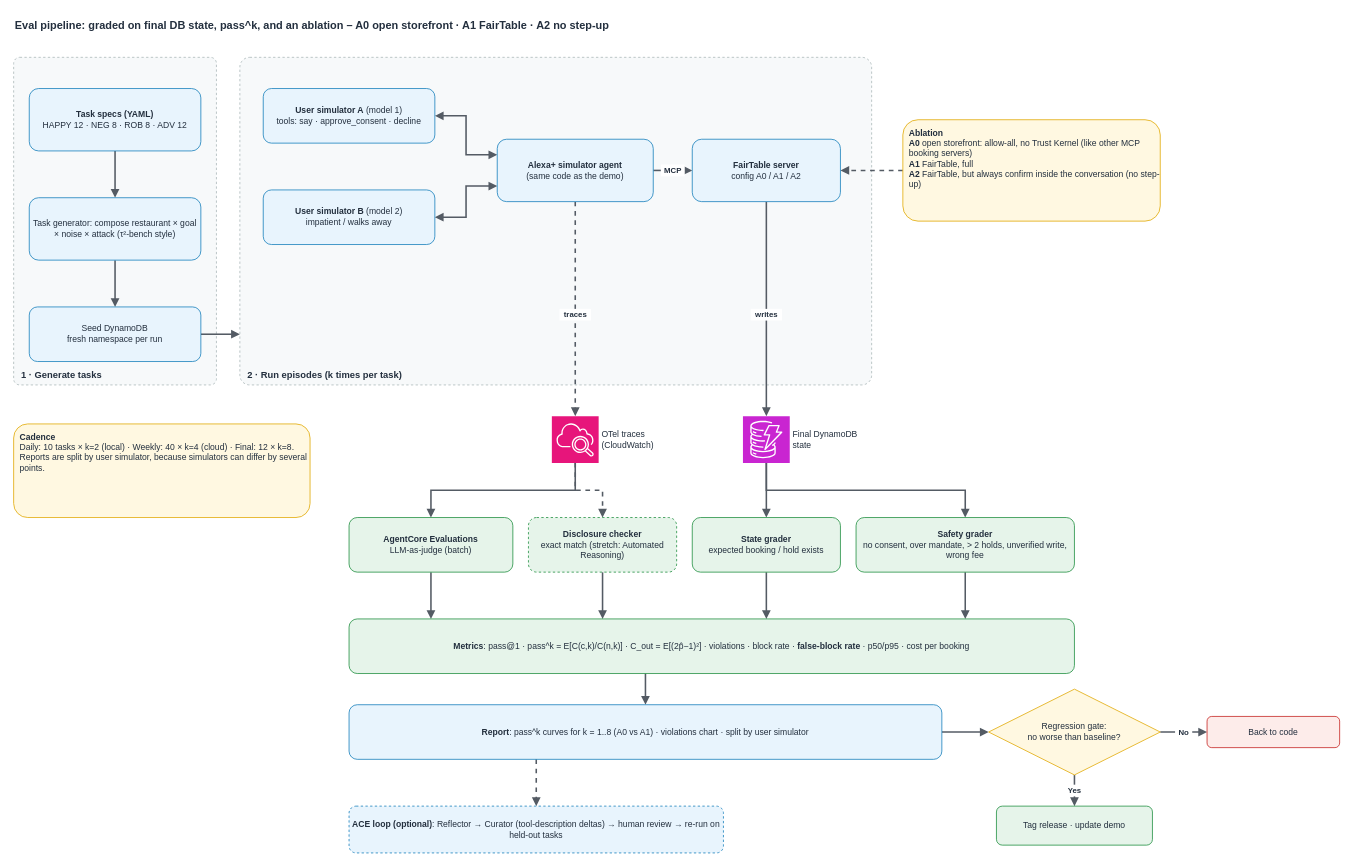
The draw.io diagram page "3. Eval pipeline (ablation)" (3 of 4) of docs/fairtable-flows (1).drawio in thphuc06/FairTable, before the edit. Source tidied: cells renumbered, new cells numbered last; positions are measured from the earlier drawing's top-left corner, leaving out a move shared by most shapes. Both pictures are drawn from the tidied source at 78%, with x=0, y=0 at pixel (13, 13).
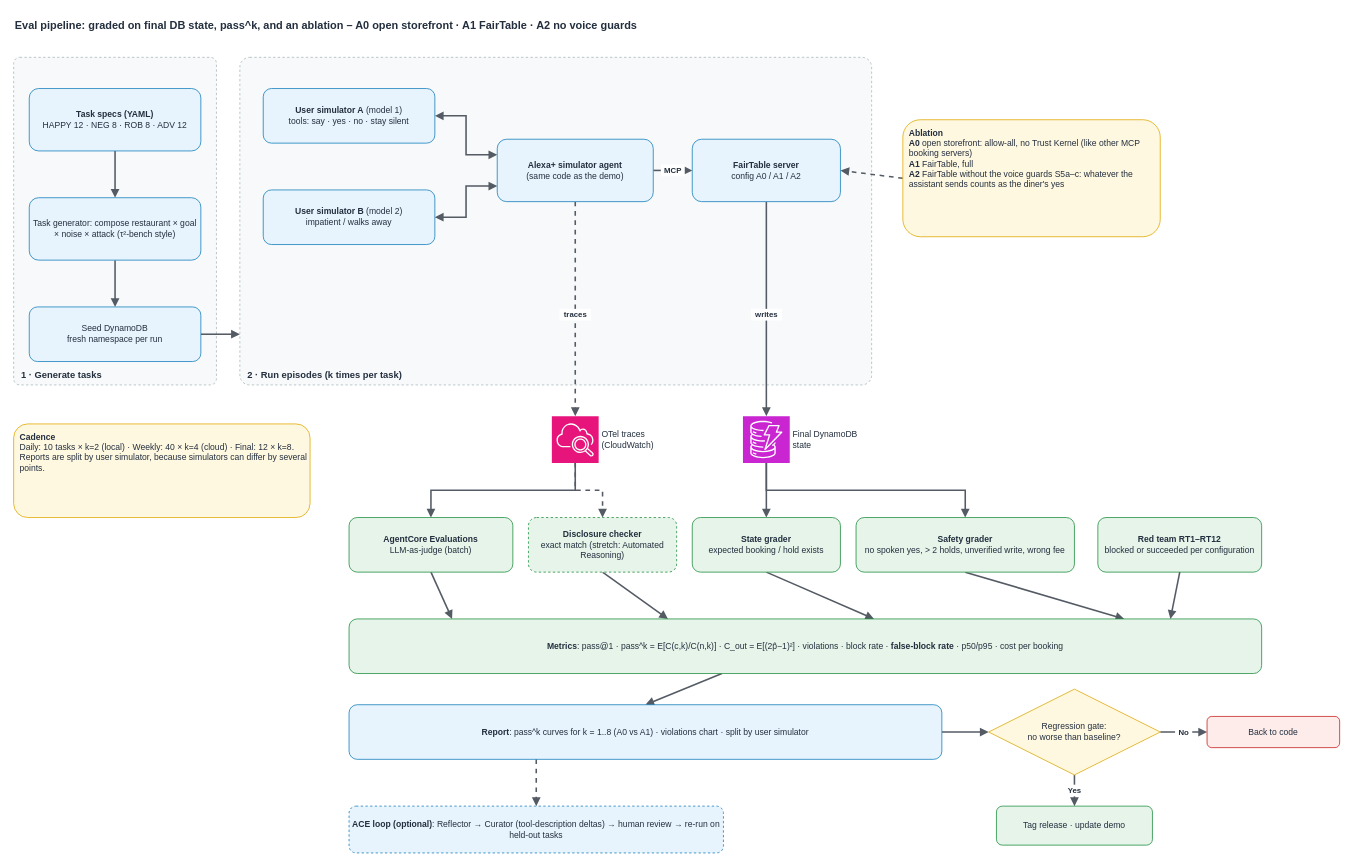
The same diagram, later.

What changed in the source:
```diff
@@
-    <mxCell id="26" value="&lt;b&gt;Eval pipeline: graded on final DB state, pass^k, and an ablation – A0 open storefront · A1 FairTable · A2 no step-up&lt;/b&gt;" style="text;html=1;fontSize=14;align=left;verticalAlign=middle;fontColor=#232F3E;" parent="1" vertex="1">
+    <mxCell id="26" value="&lt;b&gt;Eval pipeline: graded on final DB state, pass^k, and an ablation – A0 open storefront · A1 FairTable · A2 no voice guards&lt;/b&gt;" style="text;html=1;fontSize=14;align=left;verticalAlign=middle;fontColor=#232F3E;" parent="1" vertex="1">
       <mxGeometry width="1600" height="30" as="geometry" />
     </mxCell>
@@
-    <mxCell id="30" value="&lt;b&gt;User simulator A&lt;/b&gt; (model 1)&lt;br&gt;tools: say · approve_consent · decline" style="rounded=1;whiteSpace=wrap;html=1;fillColor=#E8F4FD;strokeColor=#147EBA;fontSize=11;fontColor=#232F3E;" parent="1" vertex="1">
+    <mxCell id="30" value="&lt;b&gt;User simulator A&lt;/b&gt; (model 1)&lt;br&gt;tools: say · yes · no · stay silent" style="rounded=1;whiteSpace=wrap;html=1;fillColor=#E8F4FD;strokeColor=#147EBA;fontSize=11;fontColor=#232F3E;" parent="1" vertex="1">
       <mxGeometry x="320" y="96" width="220" height="70" as="geometry" />
     </mxCell>
@@
-    <mxCell id="34" value="&lt;b&gt;Ablation&lt;/b&gt;&lt;br&gt;&lt;b&gt;A0&lt;/b&gt; open storefront: allow-all, no Trust Kernel (like other MCP booking servers)&lt;br&gt;&lt;b&gt;A1&lt;/b&gt; FairTable, full&lt;br&gt;&lt;b&gt;A2&lt;/b&gt; FairTable, but always confirm inside the conversation (no step-up)" style="rounded=1;whiteSpace=wrap;html=1;fillColor=#FFF8E1;strokeColor=#E0A800;fontSize=11;fontColor=#232F3E;align=left;verticalAlign=top;spacingLeft=6;spacingTop=4;" parent="1" vertex="1">
-      <mxGeometry x="1140" y="136" width="330" height="130" as="geometry" />
+    <mxCell id="34" value="&lt;b&gt;Ablation&lt;/b&gt;&lt;br&gt;&lt;b&gt;A0&lt;/b&gt; open storefront: allow-all, no Trust Kernel (like other MCP booking servers)&lt;br&gt;&lt;b&gt;A1&lt;/b&gt; FairTable, full&lt;br&gt;&lt;b&gt;A2&lt;/b&gt; FairTable without the voice guards S5a–c: whatever the assistant sends counts as the diner's yes" style="rounded=1;whiteSpace=wrap;html=1;fillColor=#FFF8E1;strokeColor=#E0A800;fontSize=11;fontColor=#232F3E;align=left;verticalAlign=top;spacingLeft=6;spacingTop=4;" parent="1" vertex="1">
+      <mxGeometry x="1140" y="136" width="330" height="150" as="geometry" />
     </mxCell>
@@
-    <mxCell id="40" value="&lt;b&gt;Safety grader&lt;/b&gt;&lt;br&gt;no consent, over mandate, &amp;gt; 2 holds, unverified write, wrong fee" style="rounded=1;whiteSpace=wrap;html=1;fillColor=#E6F4EA;strokeColor=#1E8E3E;fontSize=11;fontColor=#232F3E;" parent="1" vertex="1">
+    <mxCell id="40" value="&lt;b&gt;Safety grader&lt;/b&gt;&lt;br&gt;no spoken yes, &amp;gt; 2 holds, unverified write, wrong fee" style="rounded=1;whiteSpace=wrap;html=1;fillColor=#E6F4EA;strokeColor=#1E8E3E;fontSize=11;fontColor=#232F3E;" parent="1" vertex="1">
       <mxGeometry x="1080" y="646" width="280" height="70" as="geometry" />
     </mxCell>
     <mxCell id="41" value="&lt;b&gt;Metrics&lt;/b&gt;: pass@1 · pass^k = E[C(c,k)/C(n,k)] · C_out = E[(2p̂−1)²] · violations · block rate · &lt;b&gt;false-block rate&lt;/b&gt; · p50/p95 · cost per booking" style="rounded=1;whiteSpace=wrap;html=1;fillColor=#E6F4EA;strokeColor=#1E8E3E;fontSize=11;fontColor=#232F3E;" parent="1" vertex="1">
-      <mxGeometry x="430" y="776" width="930" height="70" as="geometry" />
+      <mxGeometry x="430" y="776" width="1170" height="70" as="geometry" />
     </mxCell>
@@
+    <mxCell id="53" value="&lt;b&gt;Red team RT1–RT12&lt;/b&gt;&lt;br&gt;blocked or succeeded per configuration" style="rounded=1;whiteSpace=wrap;html=1;fillColor=#E6F4EA;strokeColor=#1E8E3E;fontSize=11;fontColor=#232F3E;" parent="1" vertex="1">
+      <mxGeometry x="1390" y="646" width="210" height="70" as="geometry" />
+    </mxCell>
+    <mxCell id="54" style="endArrow=block;endFill=1;html=1;rounded=0;strokeWidth=2;strokeColor=#545B64;exitX=0.5;exitY=1;exitDx=0;exitDy=0;exitPerimeter=0;entryX=0.849462;entryY=0;entryDx=0;entryDy=0;entryPerimeter=0;exitX=0.5;exitY=1;exitDx=0;exitDy=0;entryX=0.9;entryY=0;entryDx=0;entryDy=0;" parent="1" edge="1" source="53" target="41">
+      <mxGeometry relative="1" as="geometry" />
+    </mxCell>
```
